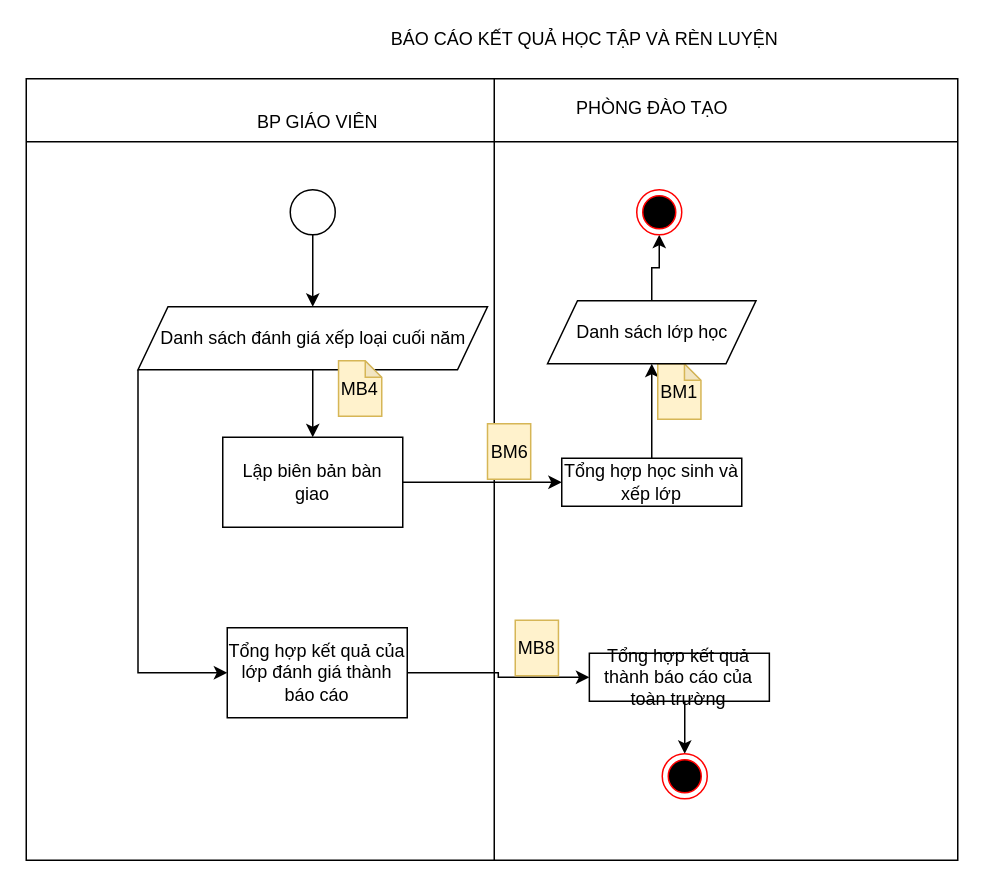
This is 1.2.2.c.drawio from TLGKien/graph, a draw.io file, before an edit. Source tidied: cells renumbered, new cells numbered last; positions are measured from the earlier drawing's top-left corner, leaving out a move shared by most shapes. Both pictures are drawn from the tidied source at 150%, with x=0, y=0 at pixel (26, 26).
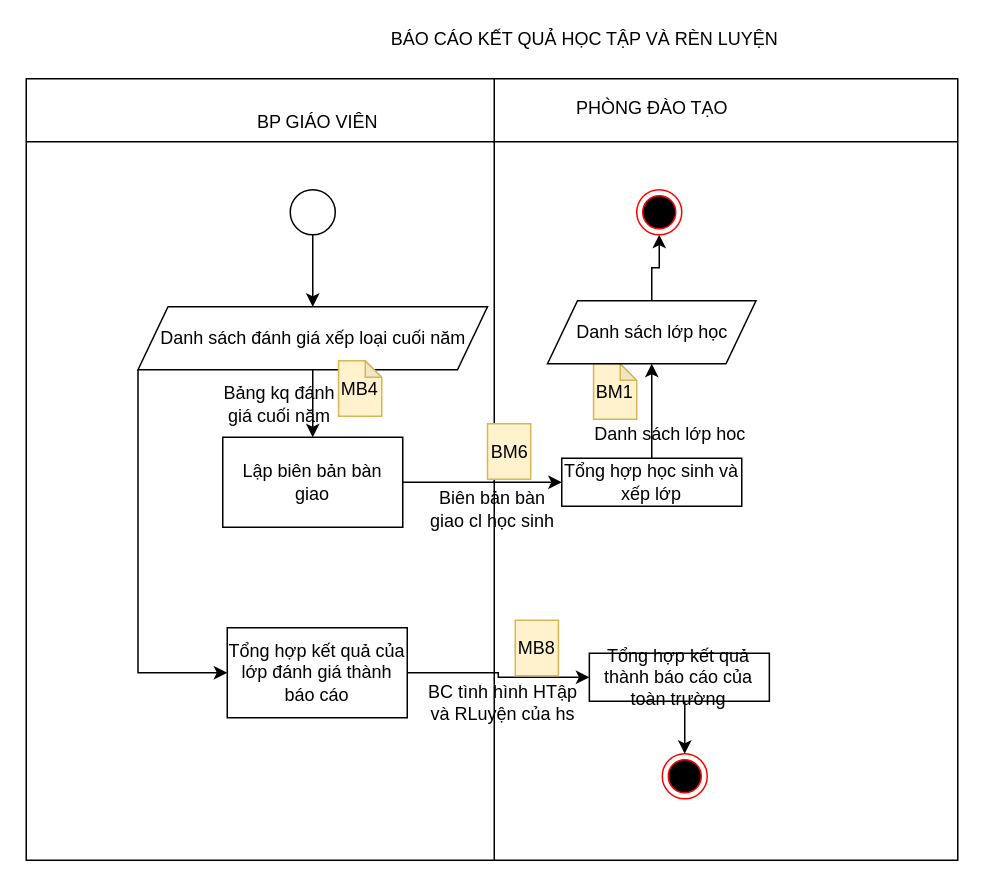
The same page after the edit.

Diff of the diagram source:
```diff
@@
     <mxCell id="7" value="BM1" style="shape=note;whiteSpace=wrap;html=1;backgroundOutline=1;darkOpacity=0.05;size=11;fillColor=#fff2cc;strokeColor=#d6b656;" parent="1" vertex="1">
-      <mxGeometry x="421" y="225" width="28.8" height="37" as="geometry" />
+      <mxGeometry x="378.2" y="225" width="28.8" height="37" as="geometry" />
     </mxCell>
@@
+    <mxCell id="27" value="Danh sách lớp hoc" style="text;html=1;strokeColor=none;fillColor=none;align=center;verticalAlign=middle;whiteSpace=wrap;rounded=0;" parent="1" vertex="1">
+      <mxGeometry x="378.2" y="262" width="103" height="20" as="geometry" />
+    </mxCell>
+    <mxCell id="28" value="Bảng kq đánh giá cuối năm" style="text;html=1;strokeColor=none;fillColor=none;align=center;verticalAlign=middle;whiteSpace=wrap;rounded=0;" parent="1" vertex="1">
+      <mxGeometry x="126" y="242" width="86" height="20" as="geometry" />
+    </mxCell>
+    <mxCell id="29" value="Biên bản bàn giao cl học sinh" style="text;html=1;strokeColor=none;fillColor=none;align=center;verticalAlign=middle;whiteSpace=wrap;rounded=0;" parent="1" vertex="1">
+      <mxGeometry x="265" y="312" width="92" height="20" as="geometry" />
+    </mxCell>
+    <mxCell id="30" value="BC tình hình HTập và RLuyện của hs" style="text;html=1;strokeColor=none;fillColor=none;align=center;verticalAlign=middle;whiteSpace=wrap;rounded=0;" parent="1" vertex="1">
+      <mxGeometry x="267" y="441" width="102" height="20" as="geometry" />
+    </mxCell>
```
